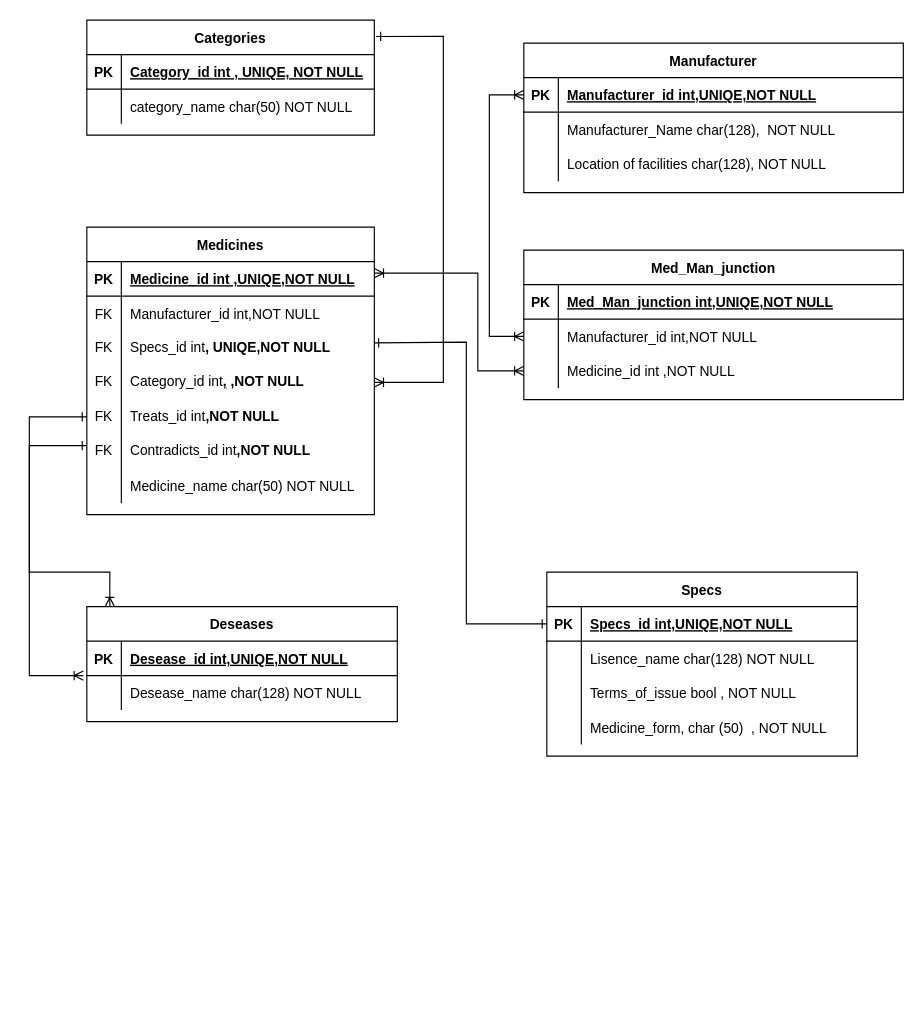
This is LOGIC_DIA.drawio from AlexandrCC/Data_Bases_LR_1, a draw.io file, before an edit. Source tidied: cells renumbered, new cells numbered last; positions are measured from the earlier drawing's top-left corner, leaving out a move shared by most shapes. Both pictures are drawn from the tidied source at 115%, with x=0, y=0 at pixel (29, 20).
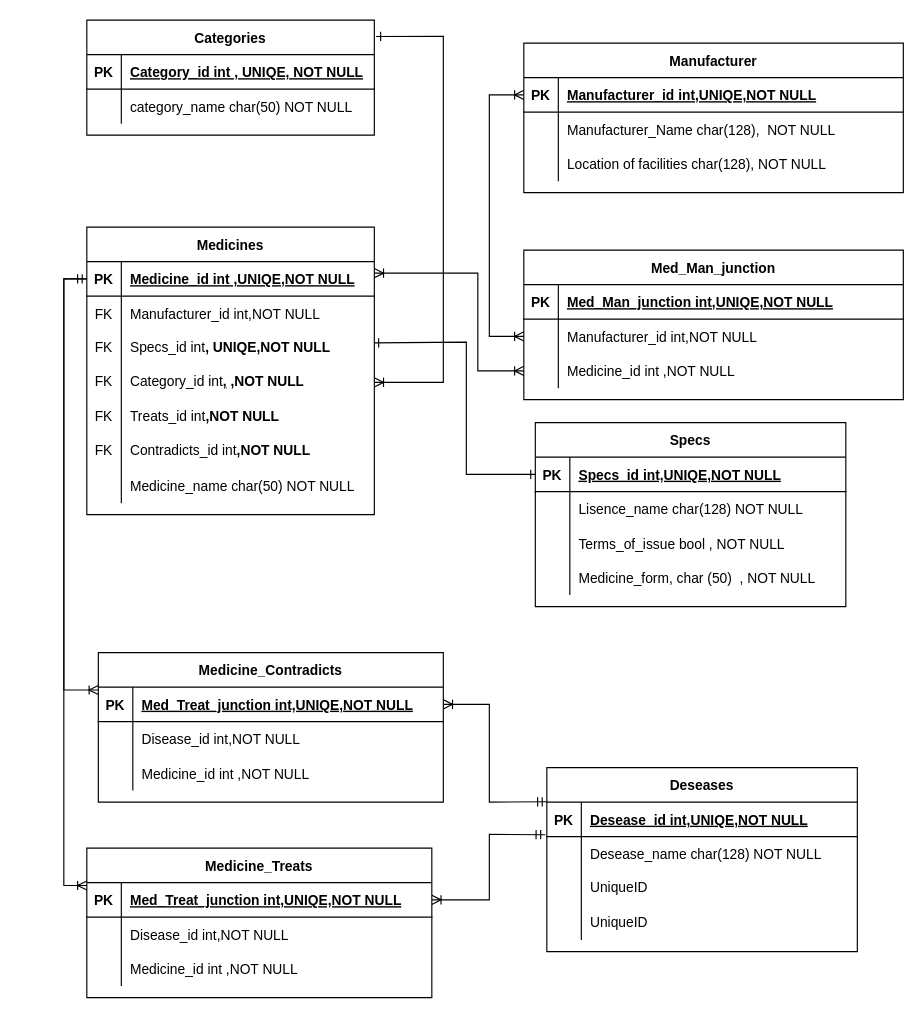
The same page after the edit.

The change refers to these unchanged cells:
```xml
<mxCell id="3" style="shape=partialRectangle;fillColor=none;points=[[0,0.5],[1,0.5]];portConstraint=eastwest;top=0;left=0;right=0;bottom=1;" parent="2" vertex="1">
  <mxGeometry y="30" width="250" height="30" as="geometry" />
</mxCell>
<mxCell id="9" style="shape=tableRow;horizontal=0;startSize=0;swimlaneHead=0;swimlaneBody=0;fillColor=none;points=[[0,0.5],[1,0.5]];portConstraint=eastwest;top=0;left=0;right=0;bottom=0;" parent="2" vertex="1">
  <mxGeometry y="90" width="250" height="30" as="geometry" />
</mxCell>
<mxCell id="15" style="shape=tableRow;horizontal=0;startSize=0;swimlaneHead=0;swimlaneBody=0;fillColor=none;points=[[0,0.5],[1,0.5]];portConstraint=eastwest;top=0;left=0;right=0;bottom=0;" parent="2" vertex="1">
  <mxGeometry y="150" width="250" height="30" as="geometry" />
</mxCell>
<mxCell id="42" style="shape=partialRectangle;fillColor=none;points=[[0,0.5],[1,0.5]];portConstraint=eastwest;top=0;left=0;right=0;bottom=1;" parent="41" vertex="1">
  <mxGeometry y="30" width="270" height="30" as="geometry" />
</mxCell>
<mxCell id="56" style="shape=partialRectangle;fillColor=none;points=[[0,0.5],[1,0.5]];portConstraint=eastwest;top=0;left=0;right=0;bottom=1;" parent="55" vertex="1">
  <mxGeometry y="30" width="270" height="30" as="geometry" />
</mxCell>
<mxCell id="59" style="shape=partialRectangle;fillColor=none;points=[[0,0.5],[1,0.5]];portConstraint=eastwest;top=0;left=0;right=0;bottom=0;" parent="55" vertex="1">
  <mxGeometry y="60" width="270" height="30" as="geometry" />
</mxCell>
```

Diff of the diagram source:
```diff
@@
     <mxCell id="41" value="Specs" style="shape=table;startSize=30;childLayout=tableLayout;rowLines=0;fontStyle=1;align=center;" parent="1" vertex="1">
-      <mxGeometry x="450" y="480" width="270" height="160" as="geometry" />
+      <mxGeometry x="440" y="350" width="270" height="160" as="geometry" />
     </mxCell>
@@
-    <mxCell id="54" style="edgeStyle=orthogonalEdgeStyle;rounded=0;jettySize=auto;html=1;exitX=0.75;exitY=0;exitDx=0;exitDy=0;" parent="1" edge="1" source="55">
-      <mxGeometry relative="1" as="geometry">
-        <mxPoint x="253" y="540" as="targetPoint" />
-      </mxGeometry>
-    </mxCell>
     <mxCell id="55" value="Deseases" style="shape=table;startSize=30;childLayout=tableLayout;rowLines=0;fontStyle=1;align=center;" parent="1" vertex="1">
-      <mxGeometry x="50" y="510" width="270" height="100" as="geometry" />
+      <mxGeometry x="450" y="650" width="270" height="160" as="geometry" />
     </mxCell>
@@
+    <mxCell id="78" style="shape=tableRow;horizontal=0;startSize=0;swimlaneHead=0;swimlaneBody=0;fillColor=none;top=0;left=0;right=0;bottom=0;" parent="55" vertex="1">
+      <mxGeometry y="90" width="270" height="30" as="geometry" />
+    </mxCell>
+    <mxCell id="79" style="shape=partialRectangle;fillColor=none;top=0;left=0;bottom=0;right=0;fontStyle=0;overflow=hidden;whiteSpace=wrap;html=1;" parent="78" vertex="1">
+      <mxGeometry width="30" height="30" as="geometry" />
+    </mxCell>
+    <mxCell id="80" value="UniqueID" style="shape=partialRectangle;fillColor=none;top=0;left=0;bottom=0;right=0;align=left;spacingLeft=6;fontStyle=0;overflow=hidden;whiteSpace=wrap;html=1;" parent="78" vertex="1">
+      <mxGeometry x="30" width="240" height="30" as="geometry" />
+    </mxCell>
+    <mxCell id="81" style="shape=tableRow;horizontal=0;startSize=0;swimlaneHead=0;swimlaneBody=0;fillColor=none;top=0;left=0;right=0;bottom=0;" parent="55" vertex="1">
+      <mxGeometry y="120" width="270" height="30" as="geometry" />
+    </mxCell>
+    <mxCell id="82" style="shape=partialRectangle;fillColor=none;top=0;left=0;bottom=0;right=0;fontStyle=0;overflow=hidden;whiteSpace=wrap;html=1;" parent="81" vertex="1">
+      <mxGeometry width="30" height="30" as="geometry" />
+    </mxCell>
+    <mxCell id="83" value="UniqueID" style="shape=partialRectangle;fillColor=none;top=0;left=0;bottom=0;right=0;align=left;spacingLeft=6;fontStyle=0;overflow=hidden;whiteSpace=wrap;html=1;" parent="81" vertex="1">
+      <mxGeometry x="30" width="240" height="30" as="geometry" />
+    </mxCell>
@@
-    <mxCell id="63" style="endArrow=ERone;html=1;rounded=0;entryX=0;entryY=0.5;entryDx=0;entryDy=0;startArrow=ERoneToMany;startFill=0;endFill=0;" parent="1" edge="1" target="15">
-      <mxGeometry relative="1" as="geometry">
-        <mxPoint x="47" y="570" as="sourcePoint" />
-        <Array as="points">
-          <mxPoint y="570" />
-          <mxPoint y="345" />
-        </Array>
-      </mxGeometry>
-    </mxCell>
-    <mxCell id="64" style="endArrow=ERone;html=1;rounded=0;entryX=0;entryY=0.5;entryDx=0;entryDy=0;startArrow=ERoneToMany;startFill=0;endFill=0;exitX=0.074;exitY=0;exitDx=0;exitDy=0;exitPerimeter=0;" parent="1" edge="1" source="55">
-      <mxGeometry relative="1" as="geometry">
-        <mxPoint x="50" y="370" as="targetPoint" />
-        <Array as="points">
-          <mxPoint x="70" y="510" />
-          <mxPoint x="70" y="480" />
-          <mxPoint y="480" />
-          <mxPoint y="370" />
-        </Array>
-      </mxGeometry>
-    </mxCell>
@@
     <mxCell id="77" style="endArrow=ERone;startArrow=ERone;html=1;rounded=0;entryX=0;entryY=0.5;entryDx=0;entryDy=0;exitX=0.999;exitY=0.354;exitDx=0;exitDy=0;exitPerimeter=0;startFill=0;endFill=0;" parent="1" edge="1" source="9" target="42">
       <mxGeometry relative="1" as="geometry">
         <Array as="points">
           <mxPoint x="380" y="280" />
-          <mxPoint x="380" y="525" />
+          <mxPoint x="380" y="395" />
         </Array>
       </mxGeometry>
     </mxCell>
+    <mxCell id="84" value="Medicine_Treats" style="shape=table;startSize=30;childLayout=tableLayout;rowLines=0;fontStyle=1;align=center;" parent="1" vertex="1">
+      <mxGeometry x="50" y="720" width="300" height="130" as="geometry" />
+    </mxCell>
+    <mxCell id="85" style="shape=partialRectangle;fillColor=none;points=[[0,0.5],[1,0.5]];portConstraint=eastwest;top=0;left=0;right=0;bottom=1;" parent="84" vertex="1">
+      <mxGeometry y="30" width="300" height="30" as="geometry" />
+    </mxCell>
+    <mxCell id="86" value="PK" style="shape=partialRectangle;overflow=hidden;fillColor=none;top=0;left=0;bottom=0;right=0;fontStyle=1;" parent="85" vertex="1">
+      <mxGeometry width="30" height="30" as="geometry" />
+    </mxCell>
+    <mxCell id="87" value="Med_Treat_junction int,UNIQE,NOT NULL" style="shape=partialRectangle;overflow=hidden;fillColor=none;top=0;left=0;bottom=0;right=0;align=left;spacingLeft=6;fontStyle=5;" parent="85" vertex="1">
+      <mxGeometry x="30" width="270" height="30" as="geometry" />
+    </mxCell>
+    <mxCell id="88" style="shape=partialRectangle;fillColor=none;top=0;left=0;right=0;bottom=0;" parent="84" vertex="1">
+      <mxGeometry y="60" width="300" height="30" as="geometry" />
+    </mxCell>
+    <mxCell id="89" style="shape=partialRectangle;overflow=hidden;fillColor=none;top=0;left=0;bottom=0;right=0;" parent="88" vertex="1">
+      <mxGeometry width="30" height="30" as="geometry" />
+    </mxCell>
+    <mxCell id="90" value="Disease_id int,NOT NULL" style="shape=partialRectangle;overflow=hidden;fillColor=none;top=0;left=0;bottom=0;right=0;align=left;spacingLeft=6;" parent="88" vertex="1">
+      <mxGeometry x="30" width="270" height="30" as="geometry" />
+    </mxCell>
+    <mxCell id="91" style="shape=partialRectangle;fillColor=none;top=0;left=0;right=0;bottom=0;" parent="84" vertex="1">
+      <mxGeometry y="90" width="300" height="30" as="geometry" />
+    </mxCell>
+    <mxCell id="92" style="shape=partialRectangle;overflow=hidden;fillColor=none;top=0;left=0;bottom=0;right=0;" parent="91" vertex="1">
+      <mxGeometry width="30" height="30" as="geometry" />
+    </mxCell>
+    <mxCell id="93" value="Medicine_id int ,NOT NULL" style="shape=partialRectangle;overflow=hidden;fillColor=none;top=0;left=0;bottom=0;right=0;align=left;spacingLeft=6;fontStyle=0;" parent="91" vertex="1">
+      <mxGeometry x="30" width="270" height="30" as="geometry" />
+    </mxCell>
+    <mxCell id="94" value="Medicine_Contradicts" style="shape=table;startSize=30;childLayout=tableLayout;rowLines=0;fontStyle=1;align=center;" parent="1" vertex="1">
+      <mxGeometry x="60" y="550" width="300" height="130" as="geometry" />
+    </mxCell>
+    <mxCell id="95" style="shape=partialRectangle;fillColor=none;points=[[0,0.5],[1,0.5]];portConstraint=eastwest;top=0;left=0;right=0;bottom=1;" parent="94" vertex="1">
+      <mxGeometry y="30" width="300" height="30" as="geometry" />
+    </mxCell>
+    <mxCell id="96" value="PK" style="shape=partialRectangle;overflow=hidden;fillColor=none;top=0;left=0;bottom=0;right=0;fontStyle=1;" parent="95" vertex="1">
+      <mxGeometry width="30" height="30" as="geometry" />
+    </mxCell>
+    <mxCell id="97" value="Med_Treat_junction int,UNIQE,NOT NULL" style="shape=partialRectangle;overflow=hidden;fillColor=none;top=0;left=0;bottom=0;right=0;align=left;spacingLeft=6;fontStyle=5;" parent="95" vertex="1">
+      <mxGeometry x="30" width="270" height="30" as="geometry" />
+    </mxCell>
+    <mxCell id="98" style="shape=partialRectangle;fillColor=none;top=0;left=0;right=0;bottom=0;" parent="94" vertex="1">
+      <mxGeometry y="60" width="300" height="30" as="geometry" />
+    </mxCell>
+    <mxCell id="99" style="shape=partialRectangle;overflow=hidden;fillColor=none;top=0;left=0;bottom=0;right=0;" parent="98" vertex="1">
+      <mxGeometry width="30" height="30" as="geometry" />
+    </mxCell>
+    <mxCell id="100" value="Disease_id int,NOT NULL" style="shape=partialRectangle;overflow=hidden;fillColor=none;top=0;left=0;bottom=0;right=0;align=left;spacingLeft=6;" parent="98" vertex="1">
+      <mxGeometry x="30" width="270" height="30" as="geometry" />
+    </mxCell>
+    <mxCell id="101" style="shape=partialRectangle;fillColor=none;top=0;left=0;right=0;bottom=0;" parent="94" vertex="1">
+      <mxGeometry y="90" width="300" height="30" as="geometry" />
+    </mxCell>
+    <mxCell id="102" style="shape=partialRectangle;overflow=hidden;fillColor=none;top=0;left=0;bottom=0;right=0;" parent="101" vertex="1">
+      <mxGeometry width="30" height="30" as="geometry" />
+    </mxCell>
+    <mxCell id="103" value="Medicine_id int ,NOT NULL" style="shape=partialRectangle;overflow=hidden;fillColor=none;top=0;left=0;bottom=0;right=0;align=left;spacingLeft=6;fontStyle=0;" parent="101" vertex="1">
+      <mxGeometry x="30" width="270" height="30" as="geometry" />
+    </mxCell>
+    <mxCell id="104" style="edgeStyle=orthogonalEdgeStyle;rounded=0;jettySize=auto;html=1;exitX=0;exitY=0.5;exitDx=0;exitDy=0;entryX=0;entryY=0.25;entryDx=0;entryDy=0;endArrow=ERoneToMany;endFill=0;" parent="1" edge="1" source="3" target="94">
+      <mxGeometry relative="1" as="geometry" />
+    </mxCell>
+    <mxCell id="105" style="edgeStyle=orthogonalEdgeStyle;rounded=0;jettySize=auto;html=1;exitX=0;exitY=0.5;exitDx=0;exitDy=0;entryX=0;entryY=0.25;entryDx=0;entryDy=0;startArrow=ERmandOne;startFill=0;endArrow=ERoneToMany;endFill=0;" parent="1" edge="1" source="3" target="84">
+      <mxGeometry relative="1" as="geometry" />
+    </mxCell>
+    <mxCell id="106" style="endArrow=ERmandOne;html=1;rounded=0;exitX=1;exitY=0.5;exitDx=0;exitDy=0;entryX=0;entryY=-0.01;entryDx=0;entryDy=0;entryPerimeter=0;endFill=0;startArrow=ERoneToMany;startFill=0;" parent="1" edge="1" source="95" target="56">
+      <mxGeometry relative="1" as="geometry">
+        <Array as="points">
+          <mxPoint x="400" y="595" />
+          <mxPoint x="400" y="680" />
+        </Array>
+      </mxGeometry>
+    </mxCell>
+    <mxCell id="107" style="endArrow=ERmandOne;startArrow=ERoneToMany;html=1;rounded=0;entryX=-0.005;entryY=-0.055;entryDx=0;entryDy=0;entryPerimeter=0;exitX=1;exitY=0.5;exitDx=0;exitDy=0;endFill=0;startFill=0;" parent="1" edge="1" source="85" target="59">
+      <mxGeometry relative="1" as="geometry">
+        <Array as="points">
+          <mxPoint x="400" y="765" />
+          <mxPoint x="400" y="708" />
+        </Array>
+      </mxGeometry>
+    </mxCell>
```
